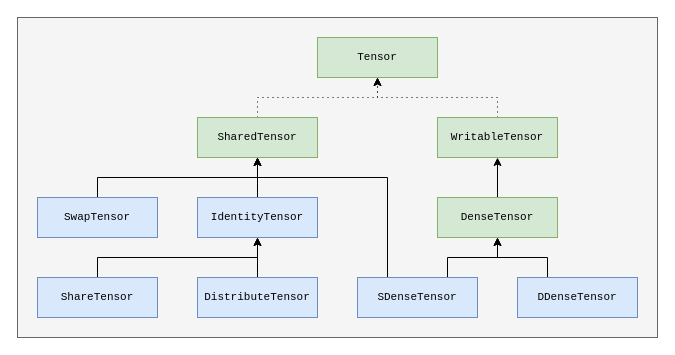
jjacobx/qtnh keeps this draw.io diagram as page "hierarchy" (4 of 4) of misc/qtnh.drawio. Above is the earlier version. Source tidied: cells renumbered, new cells numbered last; positions are measured from the earlier drawing's top-left corner, leaving out a move shared by most shapes. Both pictures are drawn from the tidied source at 100%, with x=0, y=0 at pixel (17, 17).
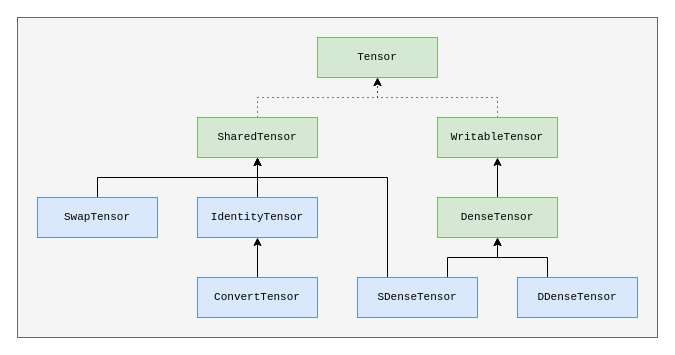
The same page after the edit.

Commit message:
Added convert tensor to diagram

Unchanged cells that the change refers to:
```xml
<mxCell id="18" value="IdentityTensor" style="html=1;whiteSpace=wrap;fontSize=11;fontFamily=Courier New;fillColor=#dae8fc;strokeColor=#6c8ebf;" parent="1" vertex="1">
  <mxGeometry x="180" y="180" width="120" height="40" as="geometry" />
</mxCell>
```

Change to the diagram source:
```diff
@@
-    <mxCell id="20" value="DistributeTensor" style="html=1;whiteSpace=wrap;fontSize=11;fontFamily=Courier New;fillColor=#dae8fc;strokeColor=#6c8ebf;" parent="1" vertex="1">
+    <mxCell id="20" value="ConvertTensor" style="html=1;whiteSpace=wrap;fontSize=11;fontFamily=Courier New;fillColor=#dae8fc;strokeColor=#6c8ebf;" parent="1" vertex="1">
       <mxGeometry x="180" y="260" width="120" height="40" as="geometry" />
     </mxCell>
-    <mxCell id="21" style="edgeStyle=orthogonalEdgeStyle;rounded=0;jettySize=auto;html=1;exitX=0.5;exitY=0;exitDx=0;exitDy=0;entryX=0.5;entryY=1;entryDx=0;entryDy=0;" parent="1" edge="1" source="22" target="18">
-      <mxGeometry relative="1" as="geometry" />
-    </mxCell>
-    <mxCell id="22" value="ShareTensor" style="html=1;whiteSpace=wrap;fontSize=11;fontFamily=Courier New;fillColor=#dae8fc;strokeColor=#6c8ebf;" parent="1" vertex="1">
-      <mxGeometry x="20" y="260" width="120" height="40" as="geometry" />
-    </mxCell>
```
